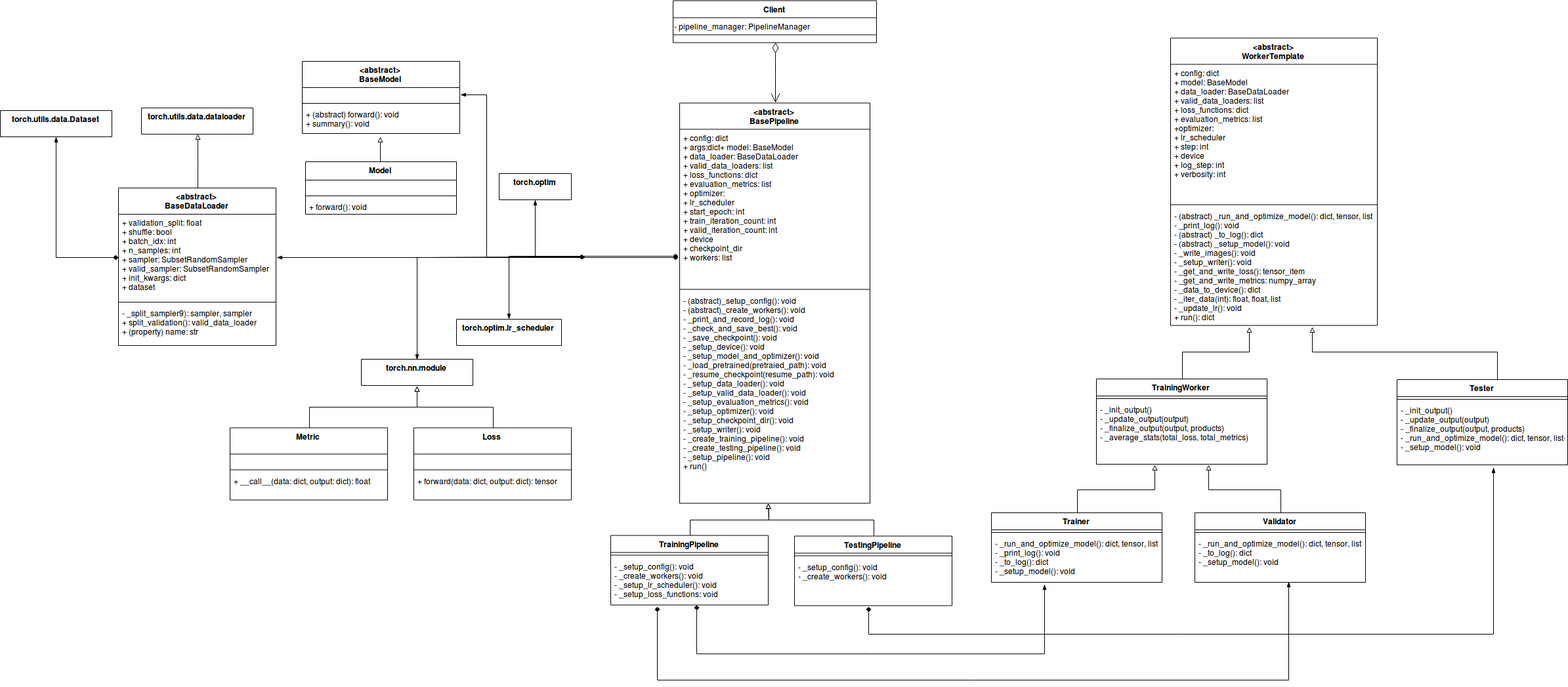
Earlier version of the draw.io export doc/PytorchTemplate-initialDesgin.png (ntubiolin/xcos). Source tidied: cells renumbered, new cells last; positions are measured from the earlier drawing's top-left corner, leaving out a move shared by most shapes.
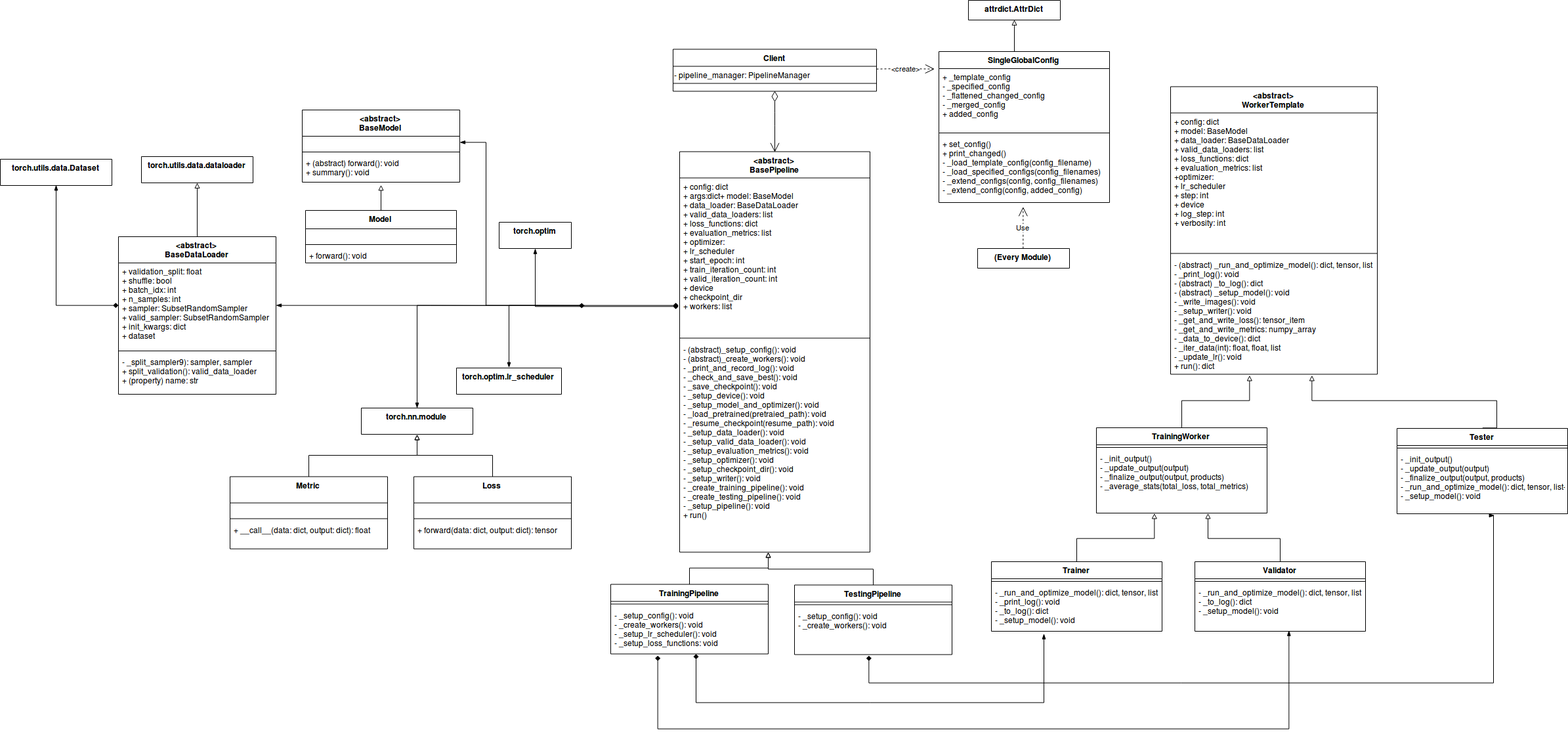
The same diagram one commit later.

Commit message:
Update class diagram: add global config

The edit, as a diff of the source:
```diff
@@ -278,5 +278,41 @@
         </Array>
       </mxGeometry>
     </mxCell>
+    <mxCell id="76" value="SingleGlobalConfig" style="swimlane;fontStyle=1;align=center;verticalAlign=top;horizontal=1;startSize=26;" parent="1" vertex="1">
+      <mxGeometry x="1430" y="4" width="260" height="230" as="geometry" />
+    </mxCell>
+    <mxCell id="77" value="+ _template_config&#10;- _specified_config&#10;- _flattened_changed_config&#10;- _merged_config&#10;+ added_config&#10;" style="text;strokeColor=none;fillColor=none;align=left;verticalAlign=top;spacingLeft=4;spacingRight=4;overflow=hidden;points=[[0,0.5],[1,0.5]];portConstraint=eastwest;" parent="76" vertex="1">
+      <mxGeometry y="26" width="260" height="94" as="geometry" />
+    </mxCell>
+    <mxCell id="78" style="line;strokeWidth=1;fillColor=none;align=left;verticalAlign=middle;spacingTop=-1;spacingLeft=3;spacingRight=3;labelPosition=right;" parent="76" vertex="1">
+      <mxGeometry y="120" width="260" height="8" as="geometry" />
+    </mxCell>
+    <mxCell id="79" value="+ set_config()&#10;+ print_changed()&#10;- _load_template_config(config_filename)&#10;- _load_specified_configs(config_filenames)&#10;- _extend_configs(config, config_filenames)&#10;- _extend_config(config, added_config)&#10;" style="text;strokeColor=none;fillColor=none;align=left;verticalAlign=top;spacingLeft=4;spacingRight=4;overflow=hidden;points=[[0,0.5],[1,0.5]];portConstraint=eastwest;" parent="76" vertex="1">
+      <mxGeometry y="128" width="260" height="102" as="geometry" />
+    </mxCell>
+    <mxCell id="80" value="attrdict.AttrDict" style="swimlane;fontStyle=1;align=center;verticalAlign=top;horizontal=1;startSize=40;" parent="1" vertex="1" collapsed="1">
+      <mxGeometry x="1475" y="-74" width="140" height="30" as="geometry" />
+    </mxCell>
+    <mxCell id="81" style="edgeStyle=orthogonalEdgeStyle;rounded=0;jettySize=auto;html=1;exitX=0.5;exitY=0;exitDx=0;exitDy=0;entryX=0.5;entryY=1;entryDx=0;entryDy=0;startArrow=none;startFill=0;endArrow=block;endFill=0;" parent="1" edge="1" source="76" target="80">
+      <mxGeometry relative="1" as="geometry">
+        <Array as="points">
+          <mxPoint x="1545" y="-34" />
+          <mxPoint x="1545" y="-34" />
+        </Array>
+      </mxGeometry>
+    </mxCell>
+    <mxCell id="82" value="&amp;lt;create&amp;gt;" style="endArrow=open;endSize=12;dashed=1;html=1;exitX=1;exitY=0.25;exitDx=0;exitDy=0;entryX=-0.027;entryY=0;entryDx=0;entryDy=0;entryPerimeter=0;" parent="1" edge="1" source="3" target="77">
+      <mxGeometry relative="1" as="geometry">
+        <Array as="points">
+          <mxPoint x="1370" y="30" />
+        </Array>
+      </mxGeometry>
+    </mxCell>
+    <mxCell id="83" value="(Every Module)" style="swimlane;fontStyle=1;align=center;verticalAlign=top;horizontal=1;startSize=40;" parent="1" vertex="1" collapsed="1">
+      <mxGeometry x="1489" y="304" width="140" height="30" as="geometry" />
+    </mxCell>
+    <mxCell id="84" value="Use" style="endArrow=open;endSize=12;dashed=1;html=1;exitX=0.5;exitY=0;exitDx=0;exitDy=0;entryX=0.494;entryY=1.065;entryDx=0;entryDy=0;entryPerimeter=0;" parent="1" edge="1" source="83" target="79">
+      <mxGeometry relative="1" as="geometry" />
+    </mxCell>
   </root>
 </mxGraphModel>
```
